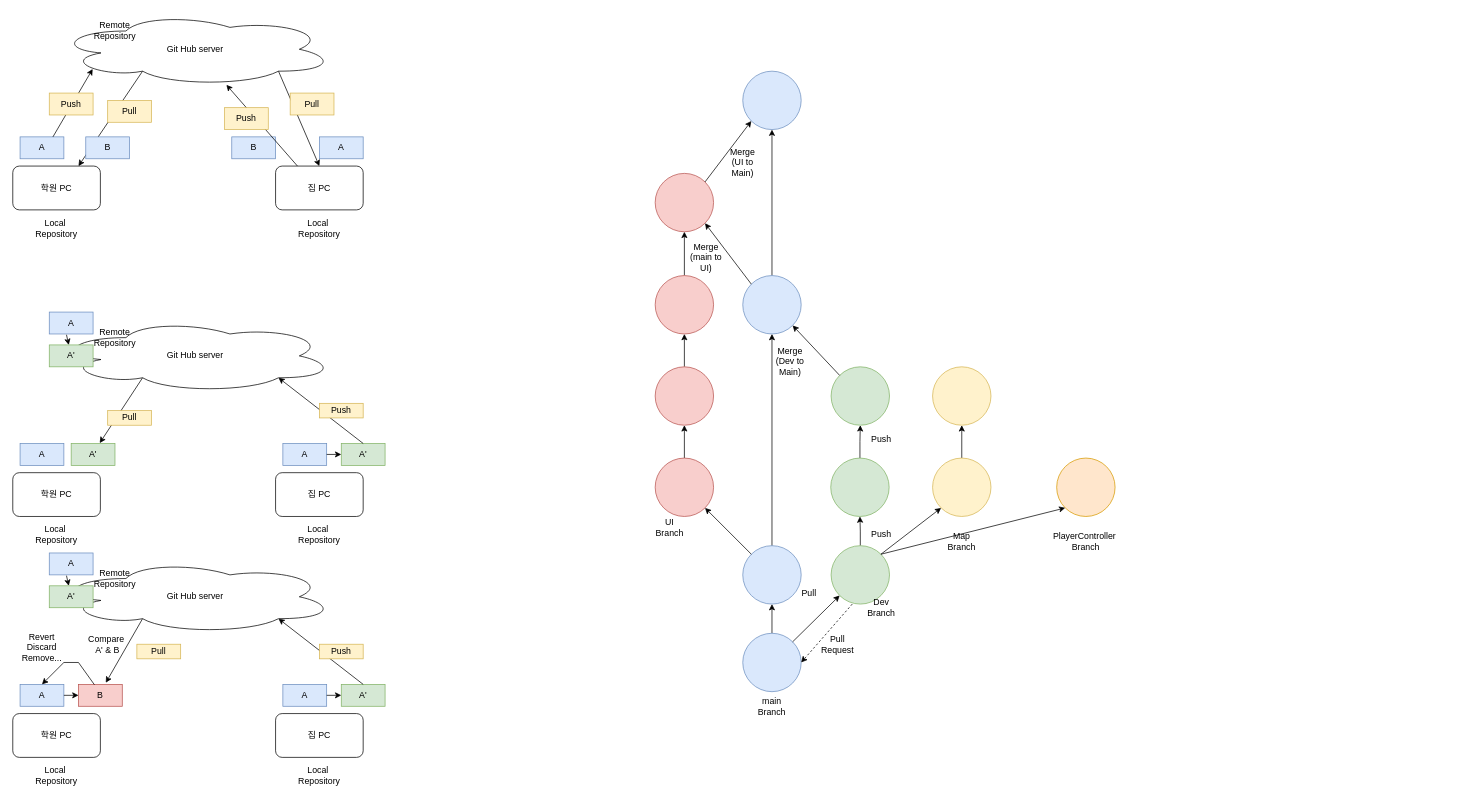
The draw.io diagram GitHub.drawio in luke-youngmin-cho/Client_1st, before the edit. Source tidied: cells renumbered, new cells numbered last; positions are measured from the earlier drawing's top-left corner, leaving out a move shared by most shapes. Both pictures are drawn from the tidied source at 73%, with x=0, y=0 at pixel (12, 12).
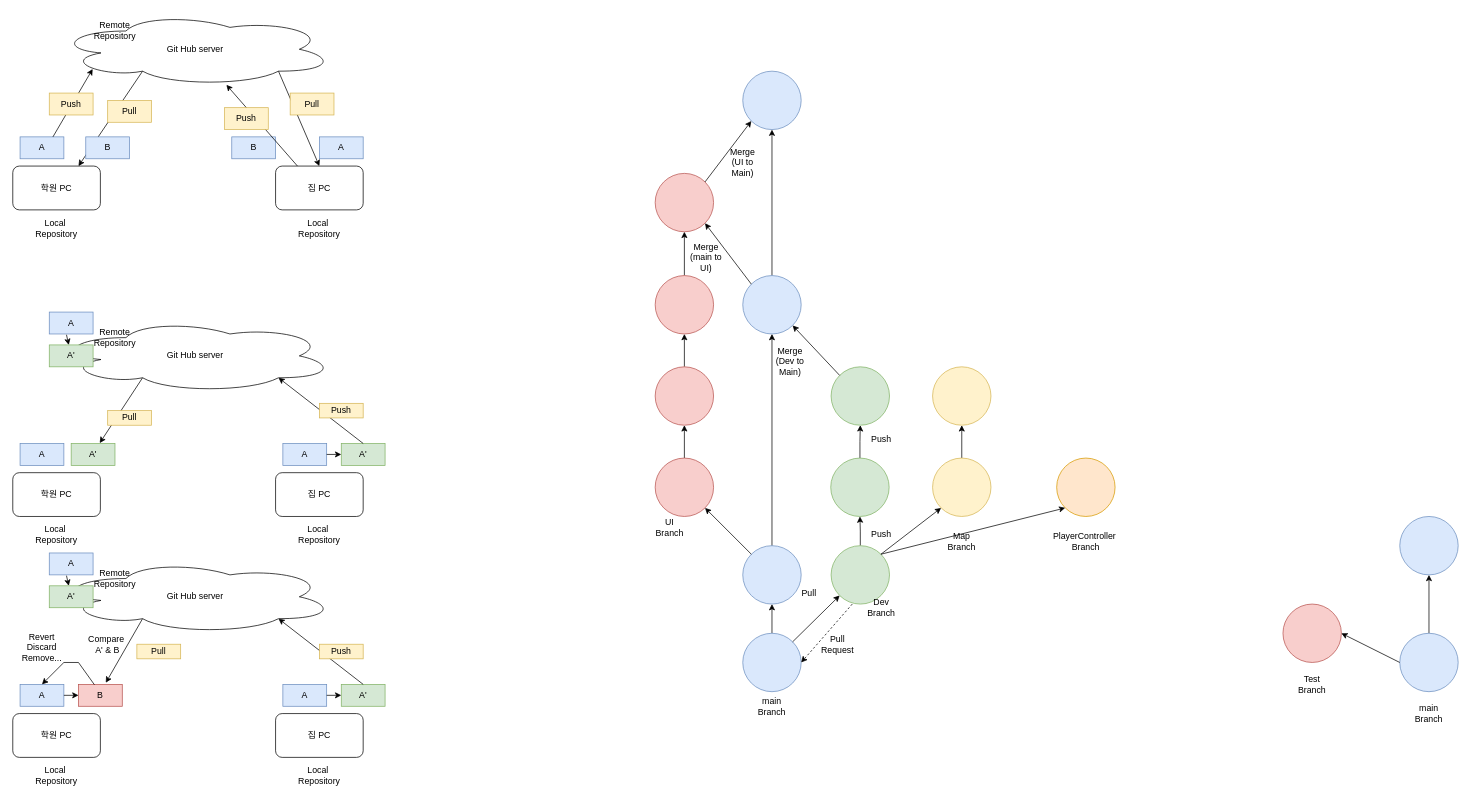
After the change.

What changed in the source:
```diff
@@
+    <mxCell id="103" style="edgeStyle=orthogonalEdgeStyle;rounded=0;jettySize=auto;html=1;entryX=0.5;entryY=1;entryDx=0;entryDy=0;" parent="1" edge="1" source="104" target="105">
+      <mxGeometry relative="1" as="geometry" />
+    </mxCell>
+    <mxCell id="104" style="ellipse;whiteSpace=wrap;html=1;fillColor=#dae8fc;strokeColor=#6c8ebf;" parent="1" vertex="1">
+      <mxGeometry x="1900" y="850" width="80" height="80" as="geometry" />
+    </mxCell>
+    <mxCell id="105" style="ellipse;whiteSpace=wrap;html=1;fillColor=#dae8fc;strokeColor=#6c8ebf;" parent="1" vertex="1">
+      <mxGeometry x="1900" y="690" width="80" height="80" as="geometry" />
+    </mxCell>
+    <mxCell id="106" style="ellipse;whiteSpace=wrap;html=1;fillColor=#f8cecc;strokeColor=#b85450;" parent="1" vertex="1">
+      <mxGeometry x="1740" y="810" width="80" height="80" as="geometry" />
+    </mxCell>
+    <mxCell id="107" value="main&lt;br&gt;Branch" style="text;html=1;strokeColor=none;fillColor=none;align=center;verticalAlign=middle;whiteSpace=wrap;rounded=0;" parent="1" vertex="1">
+      <mxGeometry x="1900" y="940" width="80" height="40" as="geometry" />
+    </mxCell>
+    <mxCell id="108" style="endArrow=classic;html=1;rounded=0;exitX=0;exitY=0.5;exitDx=0;exitDy=0;entryX=1;entryY=0.5;entryDx=0;entryDy=0;" parent="1" edge="1" source="104" target="106">
+      <mxGeometry relative="1" as="geometry" />
+    </mxCell>
+    <mxCell id="109" value="Test&lt;br&gt;Branch" style="text;html=1;strokeColor=none;fillColor=none;align=center;verticalAlign=middle;whiteSpace=wrap;rounded=0;" parent="1" vertex="1">
+      <mxGeometry x="1740" y="900" width="80" height="40" as="geometry" />
+    </mxCell>
```
